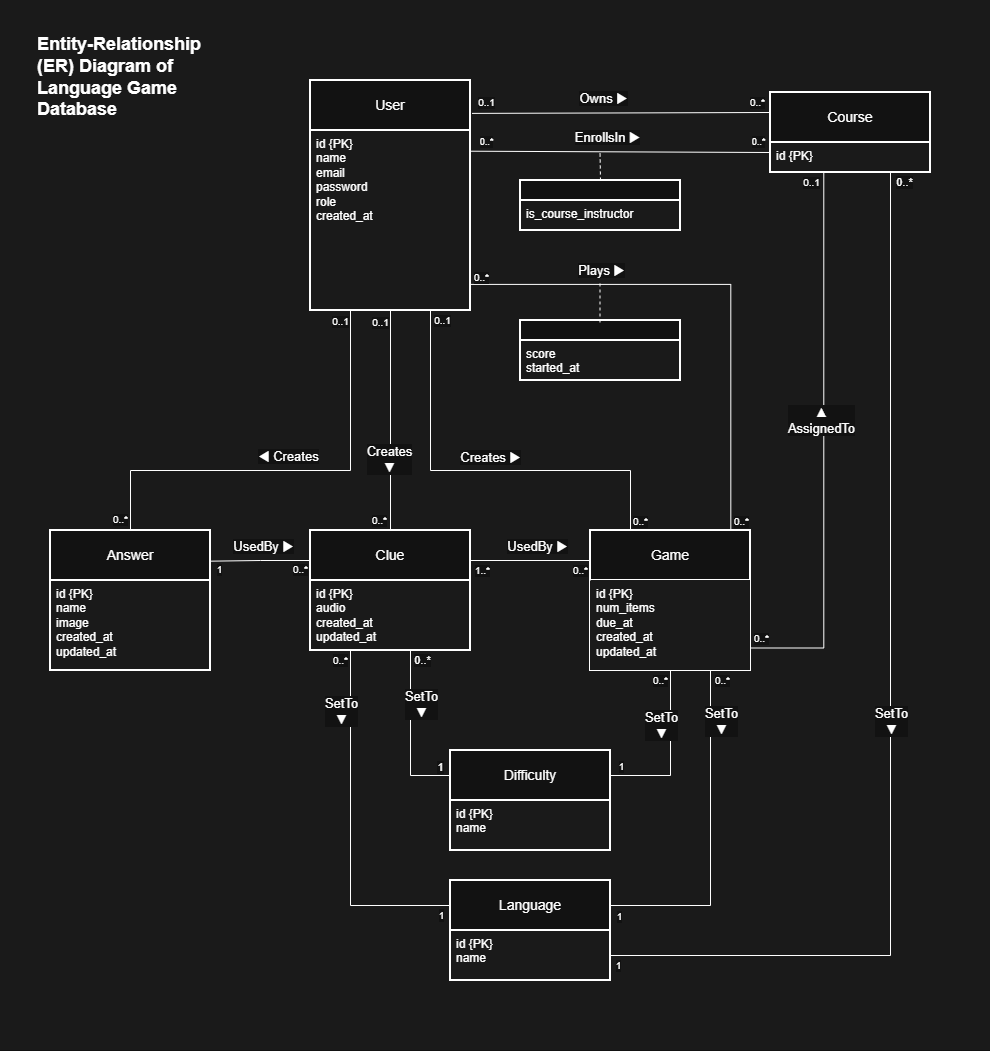
COSC-499-W2026/capstone-project-team-9 keeps this draw.io diagram as docs/system-design/db-design/ER-diagram.drawio.png. Above is the earlier version. Source tidied: cells renumbered, new cells last; positions are measured from the earlier drawing's top-left corner, leaving out a move shared by most shapes.
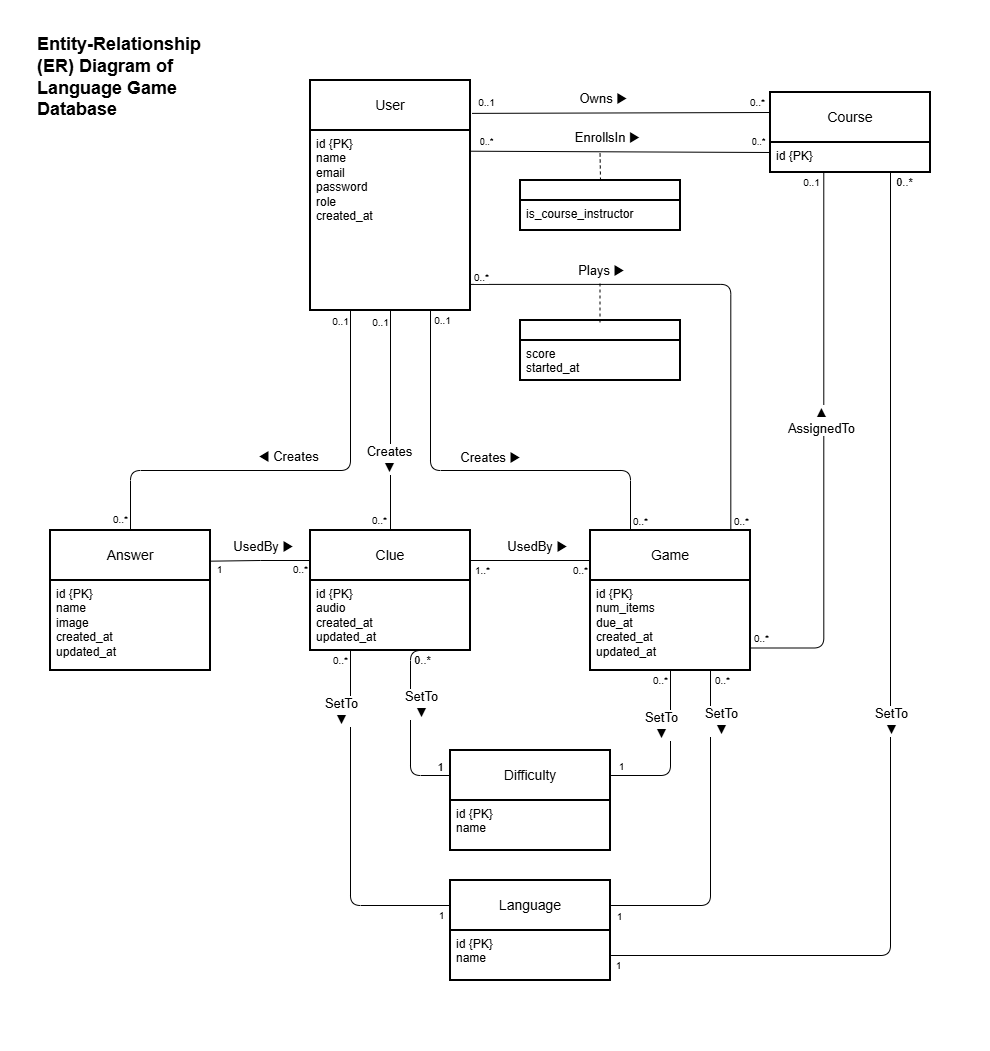
The same file after the commit.

Commit message:
round corners on ER diagram

for funsies

Change to the diagram source:
```diff
@@ -23,7 +23,7 @@
         <mxPoint x="-11" y="201" as="offset" />
       </mxGeometry>
     </mxCell>
-    <mxCell id="7" style="edgeStyle=orthogonalEdgeStyle;rounded=0;jettySize=auto;html=1;endArrow=none;endFill=0;libavoidRouting=1;exitX=1.002;exitY=0.855;exitDx=0;exitDy=0;exitPerimeter=0;entryX=0.877;entryY=-0.004;entryDx=0;entryDy=0;entryPerimeter=0;" parent="1" edge="1" source="12" target="23">
+    <mxCell id="7" style="edgeStyle=orthogonalEdgeStyle;rounded=1;jettySize=auto;html=1;endArrow=none;endFill=0;libavoidRouting=1;exitX=1.002;exitY=0.855;exitDx=0;exitDy=0;exitPerimeter=0;entryX=0.877;entryY=-0.004;entryDx=0;entryDy=0;entryPerimeter=0;curved=0;" parent="1" edge="1" source="12" target="23">
       <mxGeometry x="0.34" relative="1" as="geometry">
         <Array as="points">
           <mxPoint x="730.3" y="283.9" />
@@ -134,7 +134,7 @@
         <mxPoint x="271" y="-11" as="offset" />
       </mxGeometry>
     </mxCell>
-    <mxCell id="36" style="endArrow=none;html=1;rounded=0;entryX=1;entryY=0.75;entryDx=0;entryDy=0;edgeStyle=orthogonalEdgeStyle;libavoidRouting=1;exitX=0.75;exitY=1;exitDx=0;exitDy=0;" parent="1" edge="1" source="13">
+    <mxCell id="36" style="endArrow=none;html=1;rounded=1;entryX=1;entryY=0.75;entryDx=0;entryDy=0;edgeStyle=orthogonalEdgeStyle;libavoidRouting=1;exitX=0.75;exitY=1;exitDx=0;exitDy=0;curved=0;" parent="1" edge="1" source="13">
       <mxGeometry x="0.01" relative="1" as="geometry">
         <mxPoint x="609" y="955" as="targetPoint" />
         <Array as="points">
@@ -198,7 +198,7 @@
         <mxPoint x="96" y="9" as="offset" />
       </mxGeometry>
     </mxCell>
-    <mxCell id="48" style="endArrow=none;html=1;rounded=0;exitX=0.75;exitY=1;exitDx=0;exitDy=0;entryX=1;entryY=0.25;entryDx=0;entryDy=0;edgeStyle=orthogonalEdgeStyle;libavoidRouting=1;" parent="1" edge="1" source="23" target="15">
+    <mxCell id="48" style="endArrow=none;html=1;rounded=1;exitX=0.75;exitY=1;exitDx=0;exitDy=0;entryX=1;entryY=0.25;entryDx=0;entryDy=0;edgeStyle=orthogonalEdgeStyle;libavoidRouting=1;curved=0;" parent="1" edge="1" source="23" target="15">
       <mxGeometry relative="1" as="geometry">
         <Array as="points">
           <mxPoint x="710" y="905" />
@@ -220,7 +220,7 @@
         <mxPoint x="-94" y="238" as="offset" />
       </mxGeometry>
     </mxCell>
-    <mxCell id="52" style="endArrow=none;html=1;rounded=0;exitX=0.5;exitY=1;exitDx=0;exitDy=0;edgeStyle=orthogonalEdgeStyle;entryX=1;entryY=0.25;entryDx=0;entryDy=0;libavoidRouting=1;" parent="1" edge="1" source="24" target="17">
+    <mxCell id="52" style="endArrow=none;html=1;rounded=1;exitX=0.5;exitY=1;exitDx=0;exitDy=0;edgeStyle=orthogonalEdgeStyle;entryX=1;entryY=0.25;entryDx=0;entryDy=0;libavoidRouting=1;curved=0;" parent="1" edge="1" source="24" target="17">
       <mxGeometry relative="1" as="geometry">
         <Array as="points">
           <mxPoint x="670" y="775" />
@@ -242,7 +242,7 @@
         <mxPoint x="-51" y="89" as="offset" />
       </mxGeometry>
     </mxCell>
-    <mxCell id="56" style="edgeStyle=orthogonalEdgeStyle;rounded=0;jettySize=auto;html=1;exitX=0.25;exitY=1;exitDx=0;exitDy=0;entryX=0.5;entryY=0;entryDx=0;entryDy=0;endArrow=none;endFill=0;" parent="1" edge="1" source="11" target="19">
+    <mxCell id="56" style="edgeStyle=orthogonalEdgeStyle;rounded=1;jettySize=auto;html=1;exitX=0.25;exitY=1;exitDx=0;exitDy=0;entryX=0.5;entryY=0;entryDx=0;entryDy=0;endArrow=none;endFill=0;curved=0;" parent="1" edge="1" source="11" target="19">
       <mxGeometry relative="1" as="geometry">
         <Array as="points">
           <mxPoint x="350" y="470" />
@@ -265,7 +265,7 @@
         <mxPoint x="-230" y="197" as="offset" />
       </mxGeometry>
     </mxCell>
-    <mxCell id="60" style="edgeStyle=orthogonalEdgeStyle;rounded=0;jettySize=auto;html=1;endArrow=none;endFill=0;entryX=0.25;entryY=0;entryDx=0;entryDy=0;exitX=0.75;exitY=1;exitDx=0;exitDy=0;" parent="1" edge="1" source="11" target="23">
+    <mxCell id="60" style="edgeStyle=orthogonalEdgeStyle;rounded=1;jettySize=auto;html=1;endArrow=none;endFill=0;entryX=0.25;entryY=0;entryDx=0;entryDy=0;exitX=0.75;exitY=1;exitDx=0;exitDy=0;curved=0;" parent="1" edge="1" source="11" target="23">
       <mxGeometry x="-0.08" relative="1" as="geometry">
         <Array as="points">
           <mxPoint x="430" y="470" />
@@ -288,7 +288,7 @@
         <mxPoint x="209" y="201" as="offset" />
       </mxGeometry>
     </mxCell>
-    <mxCell id="64" style="endArrow=none;html=1;rounded=0;exitX=0.25;exitY=1;exitDx=0;exitDy=0;edgeStyle=orthogonalEdgeStyle;entryX=0;entryY=0.25;entryDx=0;entryDy=0;libavoidRouting=1;" parent="1" edge="1" source="22" target="15">
+    <mxCell id="64" style="endArrow=none;html=1;rounded=1;exitX=0.25;exitY=1;exitDx=0;exitDy=0;edgeStyle=orthogonalEdgeStyle;entryX=0;entryY=0.25;entryDx=0;entryDy=0;libavoidRouting=1;curved=0;" parent="1" edge="1" source="22" target="15">
       <mxGeometry relative="1" as="geometry">
         <Array as="points">
           <mxPoint x="350" y="905" />
@@ -310,7 +310,7 @@
         <mxPoint x="90" y="258" as="offset" />
       </mxGeometry>
     </mxCell>
-    <mxCell id="68" style="endArrow=none;html=1;rounded=0;exitX=0.75;exitY=1;exitDx=0;exitDy=0;edgeStyle=orthogonalEdgeStyle;entryX=0;entryY=0.25;entryDx=0;entryDy=0;" parent="1" edge="1" source="22" target="17">
+    <mxCell id="68" style="endArrow=none;html=1;rounded=1;exitX=0.75;exitY=1;exitDx=0;exitDy=0;edgeStyle=orthogonalEdgeStyle;entryX=0;entryY=0.25;entryDx=0;entryDy=0;curved=0;" parent="1" edge="1" source="22" target="17">
       <mxGeometry relative="1" as="geometry">
         <Array as="points">
           <mxPoint x="410" y="650" />
@@ -333,7 +333,7 @@
         <mxPoint x="31" y="108" as="offset" />
       </mxGeometry>
     </mxCell>
-    <mxCell id="72" style="endArrow=none;html=1;rounded=0;entryX=1;entryY=0.75;entryDx=0;entryDy=0;edgeStyle=orthogonalEdgeStyle;libavoidRouting=1;endFill=0;exitX=0.333;exitY=1.022;exitDx=0;exitDy=0;exitPerimeter=0;" parent="1" edge="1" source="14" target="24">
+    <mxCell id="72" style="endArrow=none;html=1;rounded=1;entryX=1;entryY=0.75;entryDx=0;entryDy=0;edgeStyle=orthogonalEdgeStyle;libavoidRouting=1;endFill=0;exitX=0.333;exitY=1.022;exitDx=0;exitDy=0;exitPerimeter=0;curved=0;" parent="1" edge="1" source="14" target="24">
       <mxGeometry x="-0.14" relative="1" as="geometry">
         <Array as="points">
           <mxPoint x="823.3" y="647.5" />
```
